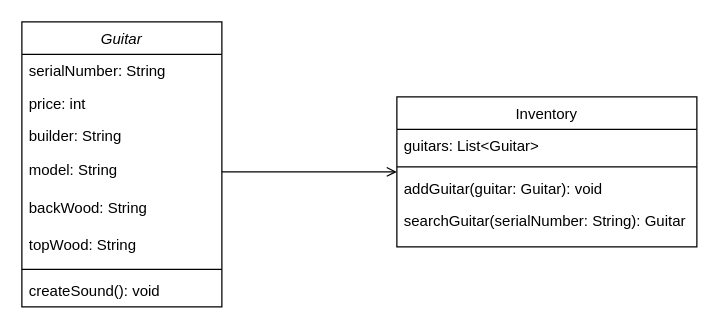
This is Untitled Diagram.drawio from ducndahe181048/Nguyen-Dinh-Anh-Duc-HE181048-PRO192, a draw.io file, before an edit. Source tidied: cells renumbered, new cells numbered last; positions are measured from the earlier drawing's top-left corner, leaving out a move shared by most shapes. Both pictures are drawn from the tidied source at 125%, with x=0, y=0 at pixel (21, 21).
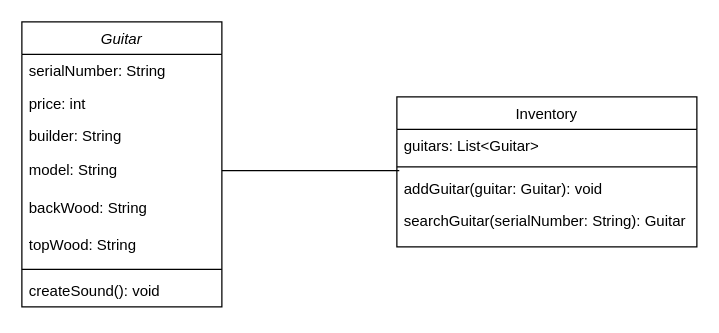
Above is the later version.

Change to the diagram source:
```diff
@@
 <mxGraphModel>
   <root>
     <mxCell id="0" />
     <mxCell id="1" parent="0" />
     <mxCell id="2" value="Guitar" style="swimlane;fontStyle=2;align=center;verticalAlign=top;horizontal=1;startSize=26;rounded=0;shadow=0;strokeWidth=1;" parent="1" vertex="1">
       <mxGeometry width="160" height="228" as="geometry" />
     </mxCell>
     <mxCell id="3" value="serialNumber: String&#10;" style="text;align=left;verticalAlign=top;spacingLeft=4;spacingRight=4;overflow=hidden;" parent="2" vertex="1">
       <mxGeometry y="26" width="160" height="26" as="geometry" />
     </mxCell>
     <mxCell id="4" value="price: int" style="text;align=left;verticalAlign=top;spacingLeft=4;spacingRight=4;overflow=hidden;rounded=0;shadow=0;html=0;" parent="2" vertex="1">
       <mxGeometry y="52" width="160" height="26" as="geometry" />
     </mxCell>
     <mxCell id="5" value="builder: String" style="text;align=left;verticalAlign=top;spacingLeft=4;spacingRight=4;overflow=hidden;rounded=0;shadow=0;html=0;" parent="2" vertex="1">
       <mxGeometry y="78" width="160" height="26" as="geometry" />
     </mxCell>
     <mxCell id="6" value="model: String" style="text;strokeColor=none;fillColor=none;align=left;verticalAlign=middle;spacingLeft=4;spacingRight=4;overflow=hidden;points=[[0,0.5],[1,0.5]];portConstraint=eastwest;whiteSpace=wrap;html=1;" parent="2" vertex="1">
       <mxGeometry y="104" width="160" height="30" as="geometry" />
     </mxCell>
     <mxCell id="7" value="backWood: String" style="text;strokeColor=none;fillColor=none;align=left;verticalAlign=middle;spacingLeft=4;spacingRight=4;overflow=hidden;whiteSpace=wrap;html=1;" parent="2" vertex="1">
       <mxGeometry y="134" width="160" height="30" as="geometry" />
     </mxCell>
     <mxCell id="8" value="topWood: String" style="text;strokeColor=none;fillColor=none;align=left;verticalAlign=middle;spacingLeft=4;spacingRight=4;overflow=hidden;whiteSpace=wrap;html=1;" parent="2" vertex="1">
       <mxGeometry y="164" width="160" height="30" as="geometry" />
     </mxCell>
     <mxCell id="9" style="line;html=1;strokeWidth=1;align=left;verticalAlign=middle;spacingTop=-1;spacingLeft=3;spacingRight=3;labelPosition=right;" parent="2" vertex="1">
       <mxGeometry y="194" width="160" height="8" as="geometry" />
     </mxCell>
     <mxCell id="10" value="createSound(): void" style="text;align=left;verticalAlign=top;spacingLeft=4;spacingRight=4;overflow=hidden;" parent="2" vertex="1">
       <mxGeometry y="202" width="160" height="26" as="geometry" />
     </mxCell>
     <mxCell id="11" value="Inventory" style="swimlane;fontStyle=0;align=center;verticalAlign=top;horizontal=1;startSize=26;rounded=0;shadow=0;strokeWidth=1;" parent="1" vertex="1">
       <mxGeometry x="300" y="60" width="240" height="120" as="geometry" />
     </mxCell>
     <mxCell id="12" value="guitars: List&lt;Guitar&gt; " style="text;align=left;verticalAlign=top;spacingLeft=4;spacingRight=4;overflow=hidden;" parent="11" vertex="1">
       <mxGeometry y="26" width="240" height="26" as="geometry" />
     </mxCell>
     <mxCell id="13" style="line;html=1;strokeWidth=1;align=left;verticalAlign=middle;spacingTop=-1;spacingLeft=3;spacingRight=3;labelPosition=right;" parent="11" vertex="1">
       <mxGeometry y="52" width="240" height="8" as="geometry" />
     </mxCell>
     <mxCell id="14" value="addGuitar(guitar: Guitar): void" style="text;align=left;verticalAlign=top;spacingLeft=4;spacingRight=4;overflow=hidden;points=[[0,0.5],[1,0.5]];portConstraint=eastwest;" parent="11" vertex="1">
       <mxGeometry y="60" width="240" height="26" as="geometry" />
     </mxCell>
     <mxCell id="15" value="searchGuitar(serialNumber: String): Guitar" style="text;align=left;verticalAlign=top;spacingLeft=4;spacingRight=4;overflow=hidden;" parent="11" vertex="1">
       <mxGeometry y="86" width="240" height="26" as="geometry" />
     </mxCell>
-    <mxCell id="16" style="endArrow=open;shadow=0;strokeWidth=1;rounded=0;endFill=1;edgeStyle=elbowEdgeStyle;elbow=vertical;" parent="1" edge="1" source="2" target="11">
-      <mxGeometry x="0.5" y="41" relative="1" as="geometry">
-        <mxPoint x="-40" y="32" as="offset" />
-      </mxGeometry>
-    </mxCell>
+    <mxCell id="17" style="endArrow=none;html=1;rounded=0;exitX=0.008;exitY=-0.038;exitDx=0;exitDy=0;exitPerimeter=0;entryX=1;entryY=0.5;entryDx=0;entryDy=0;" parent="1" edge="1" source="14" target="6">
+      <mxGeometry relative="1" as="geometry" />
+    </mxCell>
   </root>
 </mxGraphModel>
```
